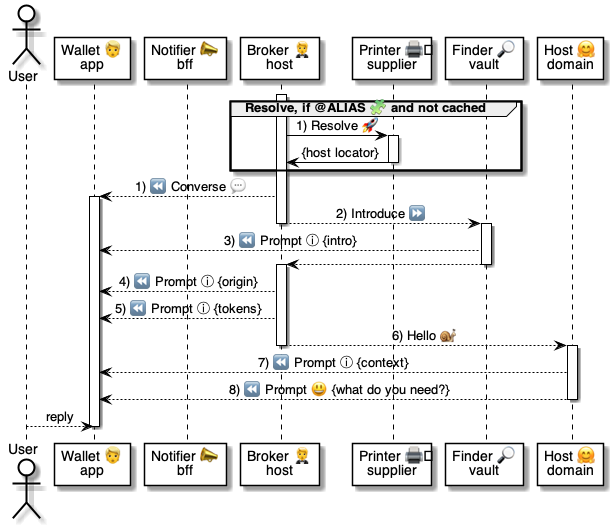
pollyweb-org/pollyweb-docs keeps this PlantUML diagram as 5 ⏩ Flows/10 🤵⏩ Brokers/.📎 Assets/⚙️🔆 Assess.png. Above is the earlier version. Its source is kept beside it as 5 ⏩ Flows/10 🤵⏩ Brokers/.📎 Assets/⚙️🔆 Assess.puml. The source it was exported from:
```plantuml
@startuml Assess

actor User as user

  participant "Wallet 👱\napp" as wallet
  participant "Notifier 📣\nbff" as notifier
  participant "Broker 🤵\nhost" as broker

participant "Printer 🖨️\nsupplier" as printer
participant "Finder 🔎\nvault" as finder
participant "Host 🤗\ndomain" as host


activate broker

    group Resolve, if @ALIAS 🧩 and not cached

        broker -> printer: 1) Resolve 🚀

        activate printer
            printer -> broker: {host locator}
        deactivate printer

    end group


        broker --> wallet: 1) ⏪ Converse 💬
        activate wallet


        broker --> finder: 2) Introduce ⏩
        deactivate broker
            activate finder
                finder --> wallet: 3) ⏪ Prompt ⓘ {intro}
                finder --> broker
            deactivate finder
        activate broker


    broker --> wallet: 4) ⏪ Prompt ⓘ {origin}
    broker --> wallet: 5) ⏪ Prompt ⓘ {tokens}
    broker --> host:  6) Hello 🐌
deactivate broker

activate host
    host --> wallet: 7) ⏪ Prompt ⓘ {context}
    host --> wallet: 8) ⏪ Prompt 😃 {what do you need?}
deactivate host

    user --> wallet: reply
deactivate wallet


@enduml
```
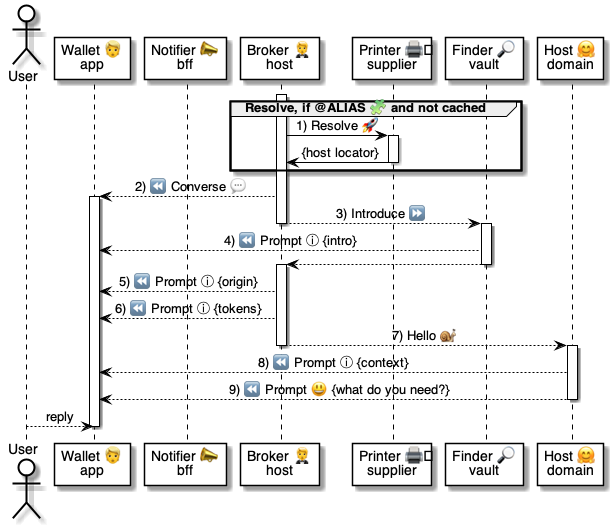
After the commit.

What changed in the source:
```diff
@@ -24,27 +24,27 @@
     end group
 
 
-        broker --> wallet: 1) ⏪ Converse 💬
+        broker --> wallet: 2) ⏪ Converse 💬
         activate wallet
 
 
-        broker --> finder: 2) Introduce ⏩
+        broker --> finder: 3) Introduce ⏩
         deactivate broker
             activate finder
-                finder --> wallet: 3) ⏪ Prompt ⓘ {intro}
+                finder --> wallet: 4) ⏪ Prompt ⓘ {intro}
                 finder --> broker
             deactivate finder
         activate broker
 
 
-    broker --> wallet: 4) ⏪ Prompt ⓘ {origin}
-    broker --> wallet: 5) ⏪ Prompt ⓘ {tokens}
-    broker --> host:  6) Hello 🐌
+    broker --> wallet: 5) ⏪ Prompt ⓘ {origin}
+    broker --> wallet: 6) ⏪ Prompt ⓘ {tokens}
+    broker --> host:  7) Hello 🐌
 deactivate broker
 
 activate host
-    host --> wallet: 7) ⏪ Prompt ⓘ {context}
-    host --> wallet: 8) ⏪ Prompt 😃 {what do you need?}
+    host --> wallet: 8) ⏪ Prompt ⓘ {context}
+    host --> wallet: 9) ⏪ Prompt 😃 {what do you need?}
 deactivate host
 
     user --> wallet: reply
```
